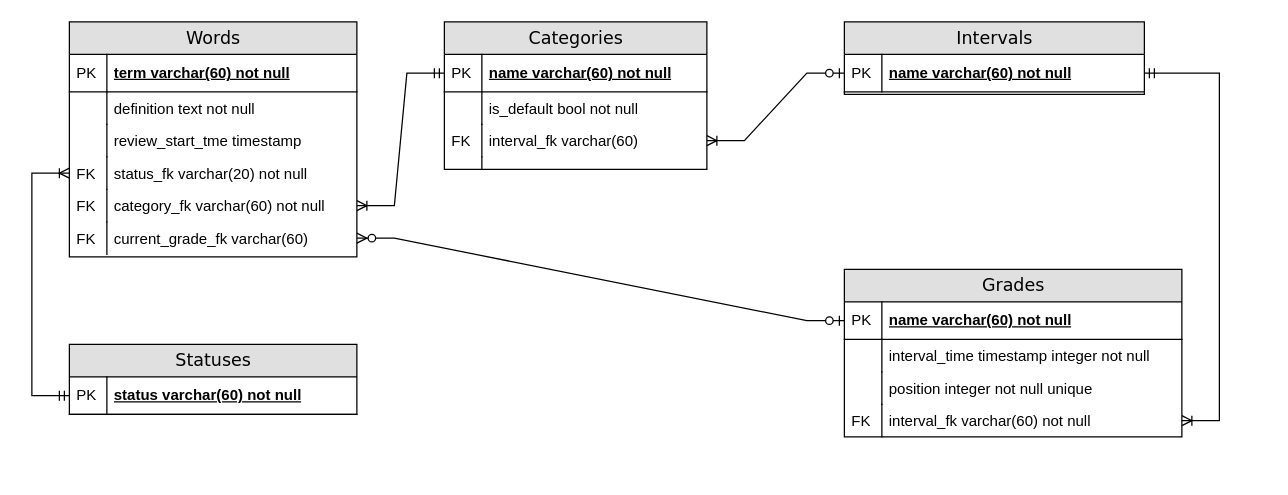
Above: Documentation/Діаграма.drawio in AndriyBarskyi/PE_Project_2022 (draw.io), before the change. Source tidied: cells renumbered, new cells numbered last; positions are measured from the earlier drawing's top-left corner, leaving out a move shared by most shapes. Both pictures are drawn from the tidied source at 125%, with x=0, y=0 at pixel (31, 21).
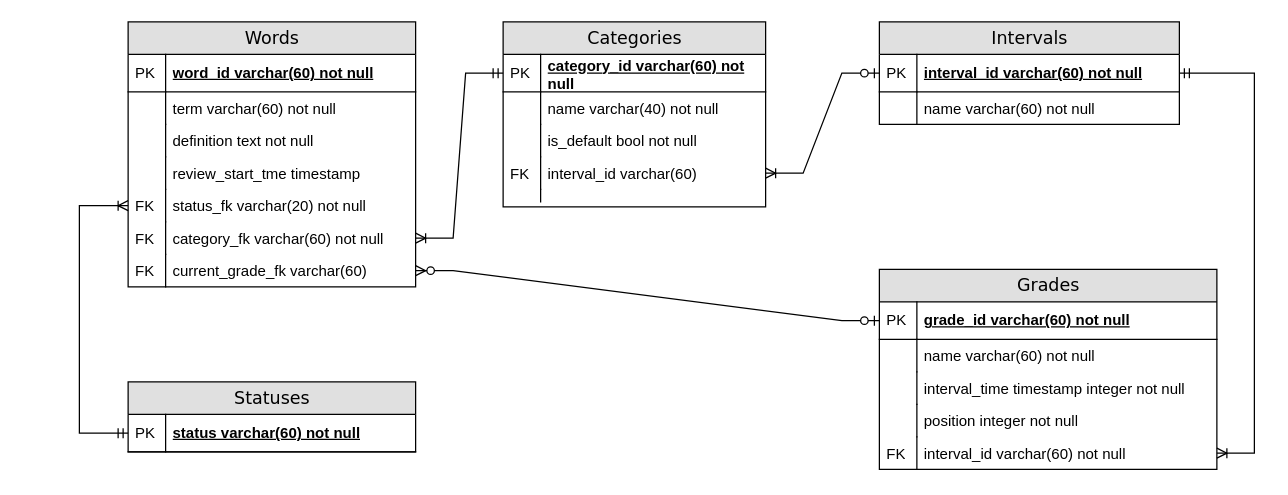
After the change.

The change refers to these unchanged cells:
```xml
<mxCell id="41" value="status varchar(60) not null" style="shape=partialRectangle;top=0;left=0;right=0;bottom=1;html=1;align=left;verticalAlign=middle;fillColor=none;spacingLeft=34;spacingRight=4;whiteSpace=wrap;overflow=hidden;points=[[0,0.5],[1,0.5]];portConstraint=eastwest;fontStyle=5;" parent="40" vertex="1">
  <mxGeometry y="26" width="230" height="30" as="geometry" />
</mxCell>
```

What changed in the source:
```diff
@@
     <mxCell id="2" value="Words" style="swimlane;html=1;fontStyle=0;horizontal=1;startSize=26;fillColor=#e0e0e0;swimlaneFillColor=#ffffff;align=center;rounded=0;shadow=0;comic=0;labelBackgroundColor=none;strokeWidth=1;fontFamily=Verdana;fontSize=14;" parent="1" vertex="1">
-      <mxGeometry x="30" width="230" height="188" as="geometry" />
+      <mxGeometry x="77" width="230" height="212" as="geometry" />
     </mxCell>
-    <mxCell id="3" value="term varchar(60) not null" style="shape=partialRectangle;top=0;left=0;right=0;bottom=1;html=1;align=left;verticalAlign=middle;fillColor=none;spacingLeft=34;spacingRight=4;whiteSpace=wrap;overflow=hidden;fontStyle=5;" parent="2" vertex="1">
+    <mxCell id="3" value="word_id varchar(60) not null" style="shape=partialRectangle;top=0;left=0;right=0;bottom=1;html=1;align=left;verticalAlign=middle;fillColor=none;spacingLeft=34;spacingRight=4;whiteSpace=wrap;overflow=hidden;fontStyle=5;" parent="2" vertex="1">
       <mxGeometry y="26" width="230" height="30" as="geometry" />
     </mxCell>
@@
+    <mxCell id="7" value="term varchar(60) not null" style="shape=partialRectangle;top=0;left=0;right=0;bottom=0;html=1;align=left;verticalAlign=top;fillColor=none;spacingLeft=34;spacingRight=4;whiteSpace=wrap;overflow=hidden;" parent="2" vertex="1">
+      <mxGeometry y="56" width="230" height="26" as="geometry" />
+    </mxCell>
+    <mxCell id="8" style="shape=partialRectangle;top=0;left=0;bottom=0;html=1;fillColor=none;align=left;verticalAlign=top;spacingLeft=4;spacingRight=4;whiteSpace=wrap;overflow=hidden;" parent="7" vertex="1">
+      <mxGeometry width="30" height="26" as="geometry" />
+    </mxCell>
     <mxCell id="5" value="definition text not null" style="shape=partialRectangle;top=0;left=0;right=0;bottom=0;html=1;align=left;verticalAlign=top;fillColor=none;spacingLeft=34;spacingRight=4;whiteSpace=wrap;overflow=hidden;" parent="2" vertex="1">
-      <mxGeometry y="56" width="230" height="26" as="geometry" />
+      <mxGeometry y="82" width="230" height="26" as="geometry" />
     </mxCell>
@@
-    <mxCell id="7" value="review_start_tme timestamp" style="shape=partialRectangle;top=0;left=0;right=0;bottom=0;html=1;align=left;verticalAlign=top;fillColor=none;spacingLeft=34;spacingRight=4;whiteSpace=wrap;overflow=hidden;" parent="2" vertex="1">
-      <mxGeometry y="82" width="230" height="26" as="geometry" />
-    </mxCell>
-    <mxCell id="8" style="shape=partialRectangle;top=0;left=0;bottom=0;html=1;fillColor=none;align=left;verticalAlign=top;spacingLeft=4;spacingRight=4;whiteSpace=wrap;overflow=hidden;" parent="7" vertex="1">
-      <mxGeometry width="30" height="26" as="geometry" />
-    </mxCell>
+    <mxCell id="44" value="review_start_tme timestamp" style="shape=partialRectangle;top=0;left=0;right=0;bottom=0;html=1;align=left;verticalAlign=top;fillColor=none;spacingLeft=34;spacingRight=4;whiteSpace=wrap;overflow=hidden;" parent="2" vertex="1">
+      <mxGeometry y="108" width="230" height="26" as="geometry" />
+    </mxCell>
+    <mxCell id="45" style="shape=partialRectangle;top=0;left=0;bottom=0;html=1;fillColor=none;align=left;verticalAlign=top;spacingLeft=4;spacingRight=4;whiteSpace=wrap;overflow=hidden;" parent="44" vertex="1">
+      <mxGeometry width="30" height="26" as="geometry" />
+    </mxCell>
     <mxCell id="9" value="status_fk varchar(20) not null" style="shape=partialRectangle;top=0;left=0;right=0;bottom=0;html=1;align=left;verticalAlign=top;fillColor=none;spacingLeft=34;spacingRight=4;whiteSpace=wrap;overflow=hidden;points=[[0,0.5],[1,0.5]];portConstraint=eastwest;" parent="2" vertex="1">
-      <mxGeometry y="108" width="230" height="26" as="geometry" />
+      <mxGeometry y="134" width="230" height="26" as="geometry" />
     </mxCell>
@@
     <mxCell id="11" value="category_fk varchar(60) not null" style="shape=partialRectangle;top=0;left=0;right=0;bottom=0;html=1;align=left;verticalAlign=top;fillColor=none;spacingLeft=34;spacingRight=4;whiteSpace=wrap;overflow=hidden;points=[[0,0.5],[1,0.5]];portConstraint=eastwest;" parent="2" vertex="1">
-      <mxGeometry y="134" width="230" height="26" as="geometry" />
+      <mxGeometry y="160" width="230" height="26" as="geometry" />
     </mxCell>
@@
     <mxCell id="13" value="current_grade_fk varchar(60)" style="shape=partialRectangle;top=0;left=0;right=0;bottom=0;html=1;align=left;verticalAlign=top;fillColor=none;spacingLeft=34;spacingRight=4;whiteSpace=wrap;overflow=hidden;points=[[0,0.5],[1,0.5]];portConstraint=eastwest;" parent="2" vertex="1">
-      <mxGeometry y="160" width="230" height="26" as="geometry" />
+      <mxGeometry y="186" width="230" height="26" as="geometry" />
     </mxCell>
@@
     <mxCell id="15" value="Categories" style="swimlane;html=1;fontStyle=0;horizontal=1;startSize=26;fillColor=#e0e0e0;swimlaneFillColor=#ffffff;align=center;rounded=0;shadow=0;comic=0;labelBackgroundColor=none;strokeWidth=1;fontFamily=Verdana;fontSize=14;" parent="1" vertex="1">
-      <mxGeometry x="330" width="210" height="118" as="geometry" />
+      <mxGeometry x="377" width="210" height="148" as="geometry" />
     </mxCell>
-    <mxCell id="16" value="name varchar(60) not null" style="shape=partialRectangle;top=0;left=0;right=0;bottom=1;html=1;align=left;verticalAlign=middle;fillColor=none;spacingLeft=34;spacingRight=4;whiteSpace=wrap;overflow=hidden;points=[[0,0.5],[1,0.5]];portConstraint=eastwest;fontStyle=5;" parent="15" vertex="1">
+    <mxCell id="16" value="category_id varchar(60) not null" style="shape=partialRectangle;top=0;left=0;right=0;bottom=1;html=1;align=left;verticalAlign=middle;fillColor=none;spacingLeft=34;spacingRight=4;whiteSpace=wrap;overflow=hidden;points=[[0,0.5],[1,0.5]];portConstraint=eastwest;fontStyle=5;" parent="15" vertex="1">
       <mxGeometry y="26" width="210" height="30" as="geometry" />
     </mxCell>
@@
+    <mxCell id="46" value="name varchar(40) not null" style="shape=partialRectangle;top=0;left=0;right=0;bottom=0;html=1;align=left;verticalAlign=top;fillColor=none;spacingLeft=34;spacingRight=4;whiteSpace=wrap;overflow=hidden;" parent="15" vertex="1">
+      <mxGeometry y="56" width="210" height="26" as="geometry" />
+    </mxCell>
+    <mxCell id="47" style="shape=partialRectangle;top=0;left=0;bottom=0;html=1;fillColor=none;align=left;verticalAlign=top;spacingLeft=4;spacingRight=4;whiteSpace=wrap;overflow=hidden;" parent="46" vertex="1">
+      <mxGeometry width="30" height="26" as="geometry" />
+    </mxCell>
     <mxCell id="18" value="is_default bool not null" style="shape=partialRectangle;top=0;left=0;right=0;bottom=0;html=1;align=left;verticalAlign=top;fillColor=none;spacingLeft=34;spacingRight=4;whiteSpace=wrap;overflow=hidden;" parent="15" vertex="1">
-      <mxGeometry y="56" width="210" height="26" as="geometry" />
+      <mxGeometry y="82" width="210" height="26" as="geometry" />
     </mxCell>
@@
-    <mxCell id="20" value="&lt;div&gt;interval_fk varchar(60)&lt;/div&gt;" style="shape=partialRectangle;top=0;left=0;right=0;bottom=0;html=1;align=left;verticalAlign=top;fillColor=none;spacingLeft=34;spacingRight=4;whiteSpace=wrap;overflow=hidden;points=[[0,0.5],[1,0.5]];portConstraint=eastwest;" parent="15" vertex="1">
-      <mxGeometry y="82" width="210" height="26" as="geometry" />
+    <mxCell id="20" value="&lt;div&gt;interval_id varchar(60)&lt;/div&gt;" style="shape=partialRectangle;top=0;left=0;right=0;bottom=0;html=1;align=left;verticalAlign=top;fillColor=none;spacingLeft=34;spacingRight=4;whiteSpace=wrap;overflow=hidden;points=[[0,0.5],[1,0.5]];portConstraint=eastwest;" parent="15" vertex="1">
+      <mxGeometry y="108" width="210" height="26" as="geometry" />
     </mxCell>
@@
     <mxCell id="22" style="shape=partialRectangle;top=0;left=0;right=0;bottom=0;html=1;align=left;verticalAlign=top;fillColor=none;spacingLeft=34;spacingRight=4;whiteSpace=wrap;overflow=hidden;" parent="15" vertex="1">
-      <mxGeometry y="108" width="210" height="10" as="geometry" />
+      <mxGeometry y="134" width="210" height="10" as="geometry" />
     </mxCell>
@@
     <mxCell id="24" value="Intervals" style="swimlane;html=1;fontStyle=0;horizontal=1;startSize=26;fillColor=#e0e0e0;swimlaneFillColor=#ffffff;align=center;rounded=0;shadow=0;comic=0;labelBackgroundColor=none;strokeWidth=1;fontFamily=Verdana;fontSize=14;" parent="1" vertex="1">
-      <mxGeometry x="650" width="240" height="58" as="geometry" />
+      <mxGeometry x="678" width="240" height="82" as="geometry" />
     </mxCell>
-    <mxCell id="25" value="name varchar(60) not null" style="shape=partialRectangle;top=0;left=0;right=0;bottom=1;html=1;align=left;verticalAlign=middle;fillColor=none;spacingLeft=34;spacingRight=4;whiteSpace=wrap;overflow=hidden;points=[[0,0.5],[1,0.5]];portConstraint=eastwest;fontStyle=5;" parent="24" vertex="1">
+    <mxCell id="25" value="interval_id varchar(60) not null" style="shape=partialRectangle;top=0;left=0;right=0;bottom=1;html=1;align=left;verticalAlign=middle;fillColor=none;spacingLeft=34;spacingRight=4;whiteSpace=wrap;overflow=hidden;points=[[0,0.5],[1,0.5]];portConstraint=eastwest;fontStyle=5;" parent="24" vertex="1">
       <mxGeometry y="26" width="240" height="30" as="geometry" />
     </mxCell>
@@
+    <mxCell id="48" value="name varchar(60) not null" style="shape=partialRectangle;top=0;left=0;right=0;bottom=0;html=1;align=left;verticalAlign=top;fillColor=none;spacingLeft=34;spacingRight=4;whiteSpace=wrap;overflow=hidden;" parent="24" vertex="1">
+      <mxGeometry y="56" width="240" height="26" as="geometry" />
+    </mxCell>
+    <mxCell id="49" style="shape=partialRectangle;top=0;left=0;bottom=0;html=1;fillColor=none;align=left;verticalAlign=top;spacingLeft=4;spacingRight=4;whiteSpace=wrap;overflow=hidden;" parent="48" vertex="1">
+      <mxGeometry width="30" height="26" as="geometry" />
+    </mxCell>
     <mxCell id="27" value="Grades" style="swimlane;html=1;fontStyle=0;horizontal=1;startSize=26;fillColor=#e0e0e0;swimlaneFillColor=#ffffff;align=center;rounded=0;shadow=0;comic=0;labelBackgroundColor=none;strokeWidth=1;fontFamily=Verdana;fontSize=14;" parent="1" vertex="1">
-      <mxGeometry x="650" y="198" width="270" height="134" as="geometry" />
+      <mxGeometry x="678" y="198" width="270" height="160" as="geometry" />
     </mxCell>
-    <mxCell id="28" value="name varchar(60) not null" style="shape=partialRectangle;top=0;left=0;right=0;bottom=1;html=1;align=left;verticalAlign=middle;fillColor=none;spacingLeft=34;spacingRight=4;whiteSpace=wrap;overflow=hidden;points=[[0,0.5],[1,0.5]];portConstraint=eastwest;fontStyle=5;" parent="27" vertex="1">
+    <mxCell id="28" value="grade_id varchar(60) not null" style="shape=partialRectangle;top=0;left=0;right=0;bottom=1;html=1;align=left;verticalAlign=middle;fillColor=none;spacingLeft=34;spacingRight=4;whiteSpace=wrap;overflow=hidden;points=[[0,0.5],[1,0.5]];portConstraint=eastwest;fontStyle=5;" parent="27" vertex="1">
       <mxGeometry y="26" width="270" height="30" as="geometry" />
     </mxCell>
@@
+    <mxCell id="50" value="name varchar(60) not null" style="shape=partialRectangle;top=0;left=0;right=0;bottom=0;html=1;align=left;verticalAlign=top;fillColor=none;spacingLeft=34;spacingRight=4;whiteSpace=wrap;overflow=hidden;" parent="27" vertex="1">
+      <mxGeometry y="56" width="270" height="26" as="geometry" />
+    </mxCell>
+    <mxCell id="51" style="shape=partialRectangle;top=0;left=0;bottom=0;html=1;fillColor=none;align=left;verticalAlign=top;spacingLeft=4;spacingRight=4;whiteSpace=wrap;overflow=hidden;" parent="50" vertex="1">
+      <mxGeometry width="30" height="26" as="geometry" />
+    </mxCell>
     <mxCell id="30" value="interval_time timestamp integer not null" style="shape=partialRectangle;top=0;left=0;right=0;bottom=0;html=1;align=left;verticalAlign=top;fillColor=none;spacingLeft=34;spacingRight=4;whiteSpace=wrap;overflow=hidden;" parent="27" vertex="1">
-      <mxGeometry y="56" width="270" height="26" as="geometry" />
+      <mxGeometry y="82" width="270" height="26" as="geometry" />
     </mxCell>
@@
-    <mxCell id="32" value="position integer not null unique" style="shape=partialRectangle;top=0;left=0;right=0;bottom=0;html=1;align=left;verticalAlign=top;fillColor=none;spacingLeft=34;spacingRight=4;whiteSpace=wrap;overflow=hidden;" parent="27" vertex="1">
-      <mxGeometry y="82" width="270" height="26" as="geometry" />
+    <mxCell id="32" value="position integer not null" style="shape=partialRectangle;top=0;left=0;right=0;bottom=0;html=1;align=left;verticalAlign=top;fillColor=none;spacingLeft=34;spacingRight=4;whiteSpace=wrap;overflow=hidden;" parent="27" vertex="1">
+      <mxGeometry y="108" width="270" height="26" as="geometry" />
     </mxCell>
@@
-    <mxCell id="34" value="interval_fk varchar(60) not null" style="shape=partialRectangle;top=0;left=0;right=0;bottom=0;html=1;align=left;verticalAlign=top;fillColor=none;spacingLeft=34;spacingRight=4;whiteSpace=wrap;overflow=hidden;points=[[0,0.5],[1,0.5]];portConstraint=eastwest;" parent="27" vertex="1">
-      <mxGeometry y="108" width="270" height="26" as="geometry" />
+    <mxCell id="34" value="interval_id varchar(60) not null" style="shape=partialRectangle;top=0;left=0;right=0;bottom=0;html=1;align=left;verticalAlign=top;fillColor=none;spacingLeft=34;spacingRight=4;whiteSpace=wrap;overflow=hidden;points=[[0,0.5],[1,0.5]];portConstraint=eastwest;" parent="27" vertex="1">
+      <mxGeometry y="134" width="270" height="26" as="geometry" />
     </mxCell>
@@
     <mxCell id="40" value="Statuses" style="swimlane;html=1;fontStyle=0;horizontal=1;startSize=26;fillColor=#e0e0e0;swimlaneFillColor=#ffffff;align=center;rounded=0;shadow=0;comic=0;labelBackgroundColor=none;strokeWidth=1;fontFamily=Verdana;fontSize=14;" parent="1" vertex="1">
-      <mxGeometry x="30" y="258" width="230" height="56" as="geometry" />
+      <mxGeometry x="77" y="288" width="230" height="56" as="geometry" />
     </mxCell>
@@
-    <mxCell id="43" style="edgeStyle=orthogonalEdgeStyle;fontSize=12;html=1;endArrow=ERoneToMany;startArrow=ERmandOne;rounded=0;exitX=0;exitY=0.5;exitDx=0;exitDy=0;entryX=0;entryY=0.5;entryDx=0;entryDy=0;" parent="1" edge="1" source="41" target="9">
+    <mxCell id="43" style="edgeStyle=elbowEdgeStyle;fontSize=12;html=1;endArrow=ERoneToMany;startArrow=ERmandOne;rounded=0;exitX=0;exitY=0.5;exitDx=0;exitDy=0;entryX=0;entryY=0.5;entryDx=0;entryDy=0;" parent="1" edge="1" source="41" target="9">
       <mxGeometry relative="1" as="geometry">
         <Array as="points">
-          <mxPoint y="299" />
-          <mxPoint y="121" />
+          <mxPoint x="38" y="228" />
         </Array>
       </mxGeometry>
     </mxCell>
```
